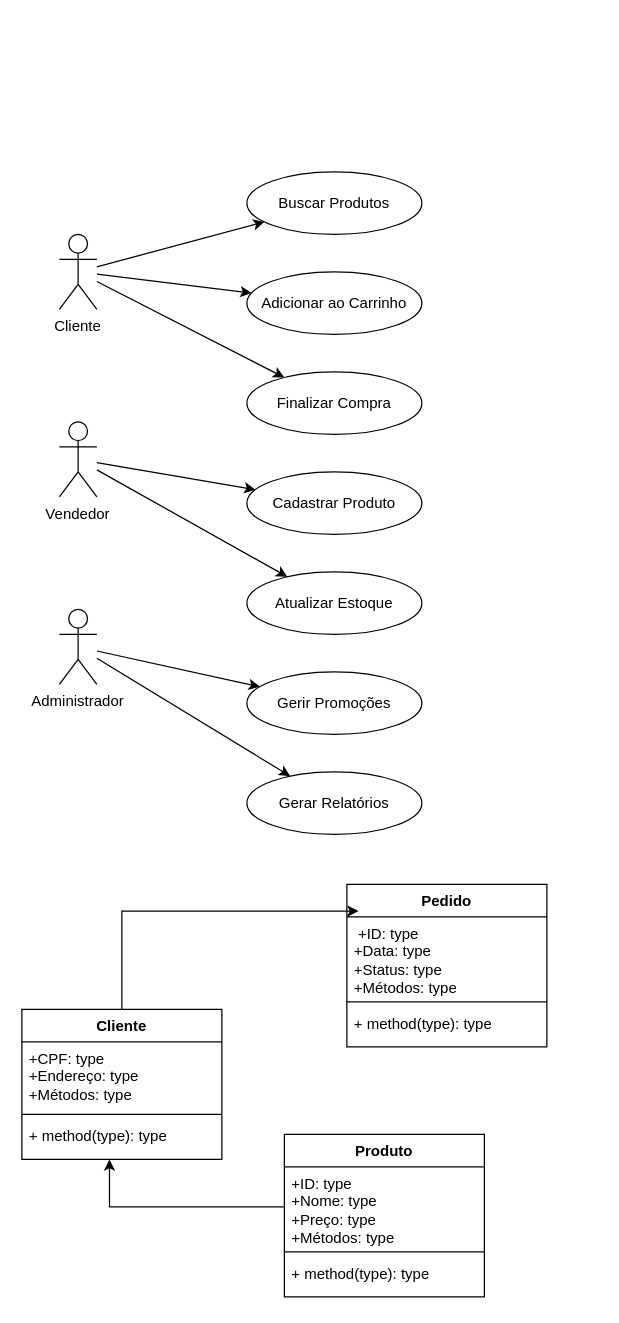
Before: page "Página-6" (4 of 6) of Diagrama sem noe.drawio in sabrinaLM893/diagramasderequisitos, a draw.io diagram. Source tidied: cells renumbered, new cells numbered last; positions are measured from the earlier drawing's top-left corner, leaving out a move shared by most shapes. Both pictures are drawn from the tidied source at 125%, with x=0, y=0 at pixel (21, 171).
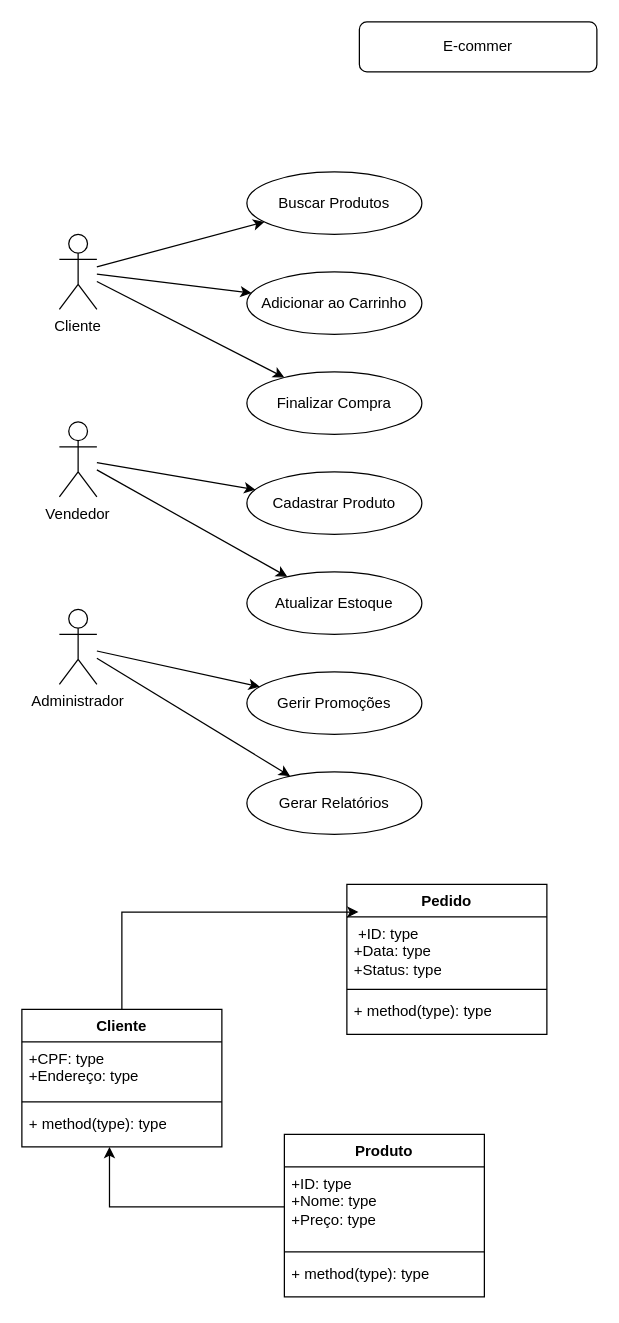
The same page after the edit.

Unchanged cells that the change refers to:
```xml
<mxCell id="19" value="Produto" style="swimlane;fontStyle=1;align=center;verticalAlign=top;horizontal=1;startSize=26;whiteSpace=wrap;html=1;" parent="1" vertex="1">
  <mxGeometry x="210" y="770" width="160" height="130" as="geometry" />
</mxCell>
```

Change to the diagram source:
```diff
@@
-    <mxCell id="20" value="+ID: type&lt;div&gt;+Nome: type&lt;/div&gt;&lt;div&gt;+Preço: type&lt;/div&gt;&lt;div&gt;+Métodos: type&lt;/div&gt;" style="text;strokeColor=none;fillColor=none;align=left;verticalAlign=top;spacingLeft=4;spacingRight=4;overflow=hidden;points=[[0,0.5],[1,0.5]];portConstraint=eastwest;whiteSpace=wrap;html=1;" parent="19" vertex="1">
+    <mxCell id="20" value="+ID: type&lt;div&gt;+Nome: type&lt;/div&gt;&lt;div&gt;+Preço: type&lt;/div&gt;&lt;div&gt;&lt;br&gt;&lt;/div&gt;" style="text;strokeColor=none;fillColor=none;align=left;verticalAlign=top;spacingLeft=4;spacingRight=4;overflow=hidden;points=[[0,0.5],[1,0.5]];portConstraint=eastwest;whiteSpace=wrap;html=1;" parent="19" vertex="1">
       <mxGeometry y="26" width="160" height="64" as="geometry" />
     </mxCell>
@@
     <mxCell id="23" value="Cliente" style="swimlane;fontStyle=1;align=center;verticalAlign=top;horizontal=1;startSize=26;whiteSpace=wrap;html=1;" parent="1" vertex="1">
-      <mxGeometry y="670" width="160" height="120" as="geometry" />
+      <mxGeometry y="670" width="160" height="110" as="geometry" />
     </mxCell>
-    <mxCell id="24" value="+CPF: type&lt;div&gt;+Endereço: type&lt;/div&gt;&lt;div&gt;+Métodos: type&lt;/div&gt;" style="text;strokeColor=none;fillColor=none;align=left;verticalAlign=top;spacingLeft=4;spacingRight=4;overflow=hidden;whiteSpace=wrap;html=1;" parent="23" vertex="1">
-      <mxGeometry y="26" width="160" height="54" as="geometry" />
+    <mxCell id="24" value="+CPF: type&lt;div&gt;+Endereço: type&lt;/div&gt;&lt;div&gt;&lt;br&gt;&lt;/div&gt;" style="text;strokeColor=none;fillColor=none;align=left;verticalAlign=top;spacingLeft=4;spacingRight=4;overflow=hidden;whiteSpace=wrap;html=1;" parent="23" vertex="1">
+      <mxGeometry y="26" width="160" height="44" as="geometry" />
     </mxCell>
     <mxCell id="25" style="line;strokeWidth=1;fillColor=none;align=left;verticalAlign=middle;spacingTop=-1;spacingLeft=3;spacingRight=3;labelPosition=right;strokeColor=inherit;" parent="23" vertex="1">
-      <mxGeometry y="80" width="160" height="8" as="geometry" />
+      <mxGeometry y="70" width="160" height="8" as="geometry" />
     </mxCell>
     <mxCell id="26" value="+ method(type): type" style="text;strokeColor=none;fillColor=none;align=left;verticalAlign=top;spacingLeft=4;spacingRight=4;overflow=hidden;points=[[0,0.5],[1,0.5]];portConstraint=eastwest;whiteSpace=wrap;html=1;" parent="23" vertex="1">
-      <mxGeometry y="88" width="160" height="32" as="geometry" />
+      <mxGeometry y="78" width="160" height="32" as="geometry" />
     </mxCell>
     <mxCell id="27" value="Pedido" style="swimlane;fontStyle=1;align=center;verticalAlign=top;horizontal=1;startSize=26;whiteSpace=wrap;html=1;" parent="1" vertex="1">
-      <mxGeometry x="260" y="570" width="160" height="130" as="geometry" />
+      <mxGeometry x="260" y="570" width="160" height="120" as="geometry" />
     </mxCell>
-    <mxCell id="28" value="&lt;div&gt;&amp;nbsp;&lt;span style=&quot;background-color: transparent; color: light-dark(rgb(0, 0, 0), rgb(255, 255, 255));&quot;&gt;+ID: type&lt;/span&gt;&lt;/div&gt;&lt;div&gt;+Data: type&lt;/div&gt;&lt;div&gt;+Status: type&lt;/div&gt;&lt;div&gt;+Métodos: type&lt;/div&gt;" style="text;strokeColor=none;fillColor=none;align=left;verticalAlign=top;spacingLeft=4;spacingRight=4;overflow=hidden;points=[[0,0.5],[1,0.5]];portConstraint=eastwest;whiteSpace=wrap;html=1;" parent="27" vertex="1">
-      <mxGeometry y="26" width="160" height="64" as="geometry" />
+    <mxCell id="28" value="&lt;div&gt;&amp;nbsp;&lt;span style=&quot;background-color: transparent; color: light-dark(rgb(0, 0, 0), rgb(255, 255, 255));&quot;&gt;+ID: type&lt;/span&gt;&lt;/div&gt;&lt;div&gt;+Data: type&lt;/div&gt;&lt;div&gt;+Status: type&lt;/div&gt;&lt;div&gt;&lt;br&gt;&lt;/div&gt;" style="text;strokeColor=none;fillColor=none;align=left;verticalAlign=top;spacingLeft=4;spacingRight=4;overflow=hidden;points=[[0,0.5],[1,0.5]];portConstraint=eastwest;whiteSpace=wrap;html=1;" parent="27" vertex="1">
+      <mxGeometry y="26" width="160" height="54" as="geometry" />
     </mxCell>
     <mxCell id="29" style="line;strokeWidth=1;fillColor=none;align=left;verticalAlign=middle;spacingTop=-1;spacingLeft=3;spacingRight=3;labelPosition=right;strokeColor=inherit;" parent="27" vertex="1">
-      <mxGeometry y="90" width="160" height="8" as="geometry" />
+      <mxGeometry y="80" width="160" height="8" as="geometry" />
     </mxCell>
     <mxCell id="30" value="+ method(type): type" style="text;strokeColor=none;fillColor=none;align=left;verticalAlign=top;spacingLeft=4;spacingRight=4;overflow=hidden;whiteSpace=wrap;html=1;" parent="27" vertex="1">
-      <mxGeometry y="98" width="160" height="32" as="geometry" />
+      <mxGeometry y="88" width="160" height="32" as="geometry" />
     </mxCell>
@@
+    <mxCell id="33" value="E-commer" style="rounded=1;whiteSpace=wrap;html=1;" parent="1" vertex="1">
+      <mxGeometry x="270" y="-120" width="190" height="40" as="geometry" />
+    </mxCell>
```
